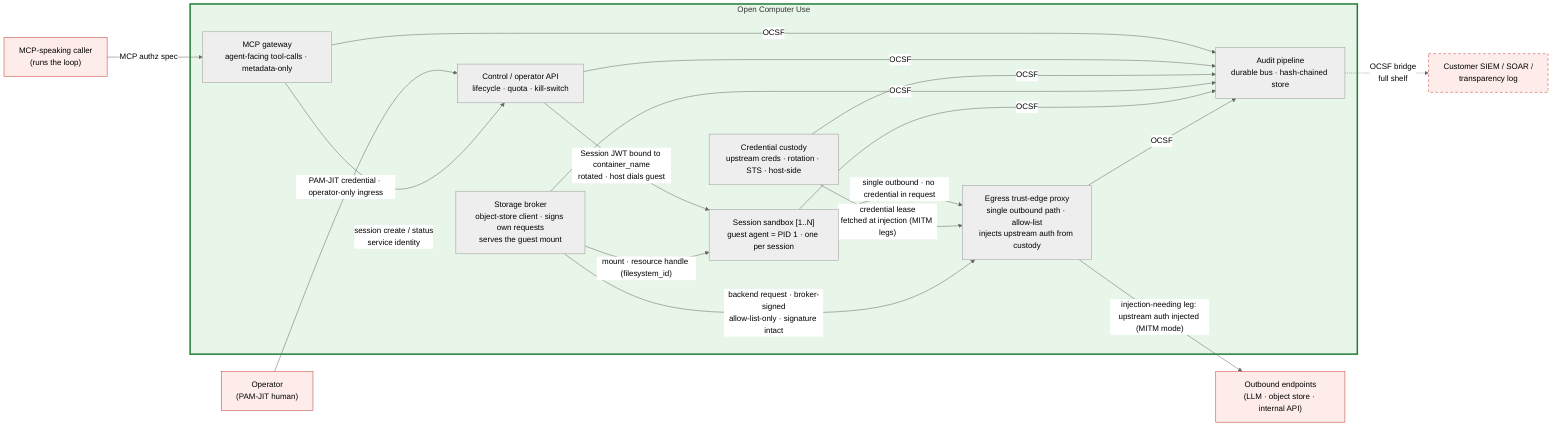
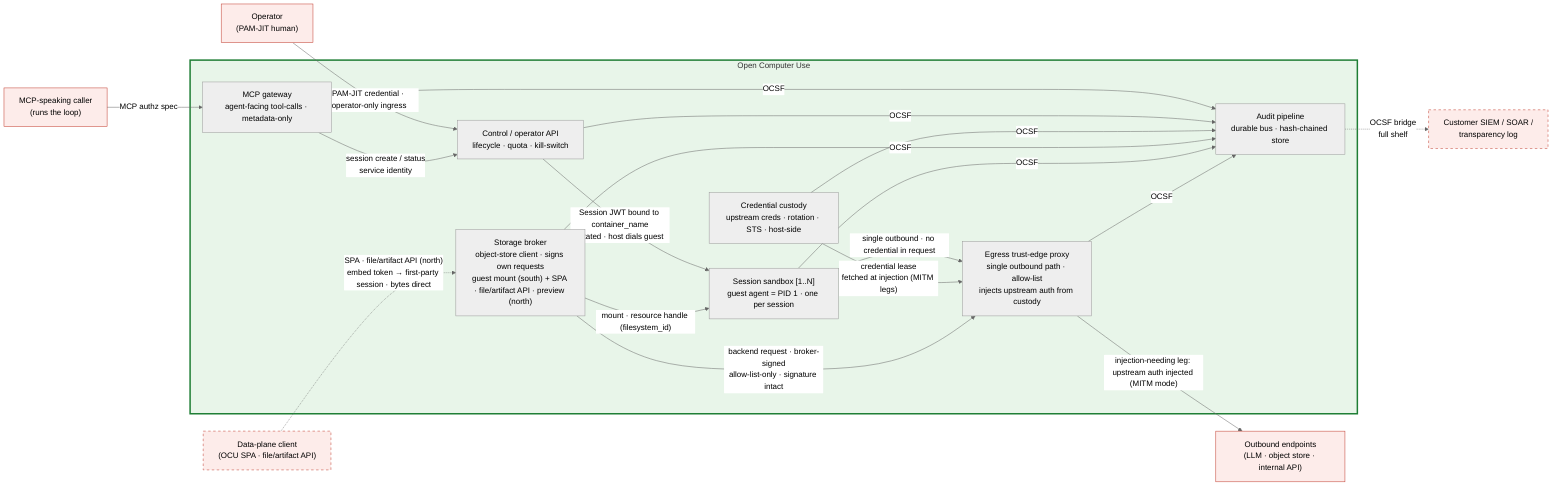
%% SPDX-License-Identifier: FSL-1.1-Apache-2.0
%% Copyright (c) 2025 Open Computer Use Contributors
%% Canonical Layer 6 (C4 Container) diagram. Referenced from docs/architecture/05-c4-container.md.
%% Role names only — no technology names (per CLAUDE.md Diagrams). Tech choice lands in component specs under components/.
%% Seven containers across six Layer-3 trust zones: the Control plane splits into an agent-facing
%% MCP gateway and an operator/lifecycle API (the kill-switch lives only on the latter); the other
%% five zones map 1:1. Substrate differs by shelf (see 05-c4-container.md §5); the count does not.
%% Palette (project convention): red untrusted / green trusted. Amber/blue trust-zone shading is Layer 3 only.

%%{init: {"theme": "neutral"} }%%
flowchart LR

    %% ─── external (drawn for orientation; contracts in 03-c4-context.md §4) ───
    PEER["MCP-speaking caller<br/>(runs the loop)"]:::ext
    OPER["Operator<br/>(PAM-JIT human)"]:::ext
+     FILE["Data-plane client<br/>(OCU SPA · file/artifact API)"]:::extOpt
    UPSTREAM["Outbound endpoints<br/>(LLM · object store · internal API)"]:::ext
    SINK["Customer SIEM / SOAR /<br/>transparency log"]:::extOpt

    %% ─── containers inside the system under design ───
    subgraph OCU["Open Computer Use"]
        MCPG["MCP gateway<br/>agent-facing tool-calls · metadata-only"]
        CTRL["Control / operator API<br/>lifecycle · quota · kill-switch"]
        CUST["Credential custody<br/>upstream creds · rotation · STS · host-side"]
-         STORE["Storage broker<br/>object-store client · signs own requests<br/>serves the guest mount"]
+         STORE["Storage broker<br/>object-store client · signs own requests<br/>guest mount (south) + SPA · file/artifact API · preview (north)"]
        VM["Session sandbox [1..N]<br/>guest agent = PID 1 · one per session"]
        EDGE["Egress trust-edge proxy<br/>single outbound path · allow-list<br/>injects upstream auth from custody"]
        AUD["Audit pipeline<br/>durable bus · hash-chained store"]
    end

    %% ─── inbound (two distinct surfaces of the Control plane) ───
    PEER -->|"MCP authz spec"| MCPG
    OPER -->|"PAM-JIT credential · operator-only ingress"| CTRL
    MCPG -->|"session create / status<br/>service identity"| CTRL

    %% ─── control + storage reach the guest host-side (host dials, guest listens; NFR-SEC-43) ───
    CTRL -->|"Session JWT bound to container_name<br/>rotated · host dials guest"| VM
    STORE -->|"mount · resource handle (filesystem_id)"| VM
+     FILE -.->|"SPA · file/artifact API (north)<br/>embed token → first-party session · bytes direct"| STORE

    %% ─── egress: guest sends unauthenticated; on injection-needing legs the edge
    %%     pulls a custody lease and injects (MITM mode only — see 05 §3, §6) ───
    VM -->|"single outbound · no credential in request"| EDGE
    CUST -->|"credential lease<br/>fetched at injection (MITM legs)"| EDGE
    STORE -->|"backend request · broker-signed<br/>allow-list-only · signature intact"| EDGE
    EDGE -->|"injection-needing leg: upstream auth injected (MITM mode)"| UPSTREAM

    %% ─── audit fan-in (every source container emits OCSF; the pipeline is the sink) ───
    MCPG -->|OCSF| AUD
    CTRL -->|OCSF| AUD
    CUST -->|OCSF| AUD
    STORE -->|OCSF| AUD
    VM -->|OCSF| AUD
    EDGE -->|OCSF| AUD
    AUD -.->|"OCSF bridge<br/>full shelf"| SINK

    %% ─── styling (project palette) ───
    classDef ext fill:#fdecea,stroke:#c0392b,stroke-width:1px;
    classDef extOpt fill:#fdecea,stroke:#c0392b,stroke-dasharray: 5 5;
    style OCU fill:#e8f5e9,stroke:#1e7e34,stroke-width:3px;
